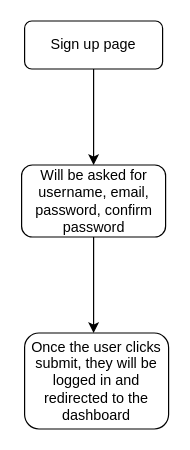
Etipriya/tri-via-hub keeps this draw.io diagram as page "Sign up" (3 of 7) of User Flow.drawio. Above is the earlier version. Source tidied: cells renumbered, new cells numbered last; positions are measured from the earlier drawing's top-left corner, leaving out a move shared by most shapes. Both pictures are drawn from the tidied source at 120%, with x=0, y=0 at pixel (20, 20).
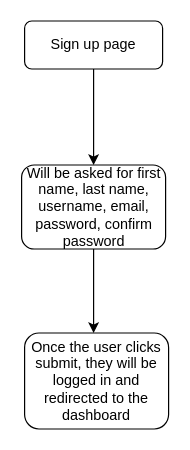
After the change.

Change to the diagram source:
```diff
@@
 <mxGraphModel>
   <root>
     <mxCell id="0" />
     <mxCell id="1" parent="0" />
     <mxCell id="2" style="edgeStyle=orthogonalEdgeStyle;rounded=0;jettySize=auto;html=1;" parent="1" edge="1" source="3">
       <mxGeometry relative="1" as="geometry">
         <mxPoint x="60.5" y="120" as="targetPoint" />
       </mxGeometry>
     </mxCell>
     <mxCell id="3" value="&lt;div&gt;Sign up page&lt;/div&gt;" style="rounded=1;whiteSpace=wrap;html=1;" parent="1" vertex="1">
       <mxGeometry x="3" width="115" height="40" as="geometry" />
     </mxCell>
     <mxCell id="4" style="edgeStyle=orthogonalEdgeStyle;rounded=0;jettySize=auto;html=1;" parent="1" edge="1" source="5">
       <mxGeometry relative="1" as="geometry">
         <mxPoint x="60.5" y="260" as="targetPoint" />
       </mxGeometry>
     </mxCell>
-    <mxCell id="5" value="Will be asked for username, email, password, confirm password" style="rounded=1;whiteSpace=wrap;html=1;" parent="1" vertex="1">
-      <mxGeometry x="0.5" y="120" width="120" height="60" as="geometry" />
+    <mxCell id="5" value="Will be asked for first name, last name, username, email, password, confirm password" style="rounded=1;whiteSpace=wrap;html=1;" parent="1" vertex="1">
+      <mxGeometry x="0.5" y="120" width="120" height="70" as="geometry" />
     </mxCell>
     <mxCell id="6" value="Once the user clicks submit, they will be logged in and redirected to the dashboard" style="rounded=1;whiteSpace=wrap;html=1;" parent="1" vertex="1">
       <mxGeometry x="3" y="260" width="120" height="80" as="geometry" />
     </mxCell>
   </root>
 </mxGraphModel>
```
